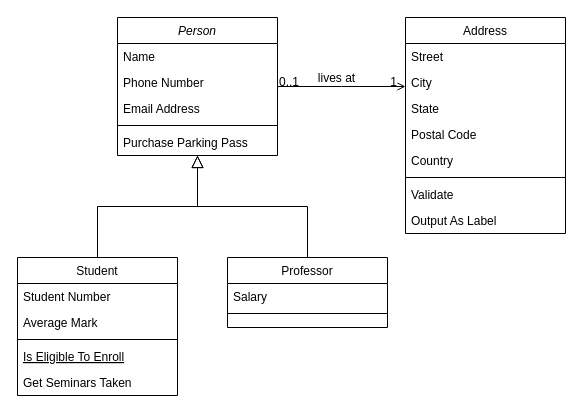
Earlier version of the draw.io diagram DFD.drawio (DocMonster7/webdesign_basics). Source tidied: cells renumbered, new cells numbered last; positions are measured from the earlier drawing's top-left corner, leaving out a move shared by most shapes. Both pictures are drawn from the tidied source at 100%, with x=0, y=0 at pixel (17, 17).
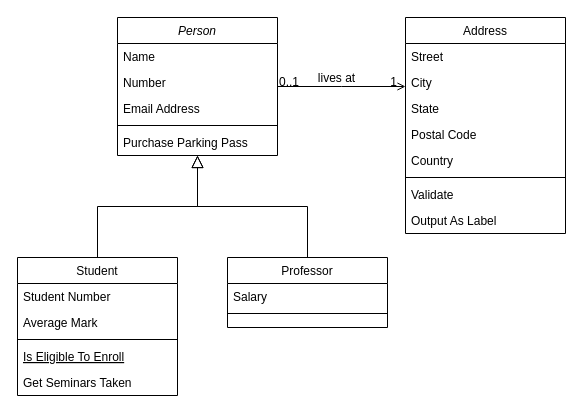
Above is the later version.

The change refers to these unchanged cells:
```xml
<mxCell id="2" value="Person" style="swimlane;fontStyle=2;align=center;verticalAlign=top;horizontal=1;startSize=26;rounded=0;shadow=0;strokeWidth=1;" parent="1" vertex="1">
  <mxGeometry x="100" width="160" height="138" as="geometry" />
</mxCell>
```

What changed in the source:
```diff
@@
-    <mxCell id="4" value="Phone Number" style="text;align=left;verticalAlign=top;spacingLeft=4;spacingRight=4;overflow=hidden;rounded=0;shadow=0;html=0;" parent="2" vertex="1">
+    <mxCell id="4" value="Number" style="text;align=left;verticalAlign=top;spacingLeft=4;spacingRight=4;overflow=hidden;rounded=0;shadow=0;html=0;" parent="2" vertex="1">
       <mxGeometry y="52" width="160" height="26" as="geometry" />
     </mxCell>
```
